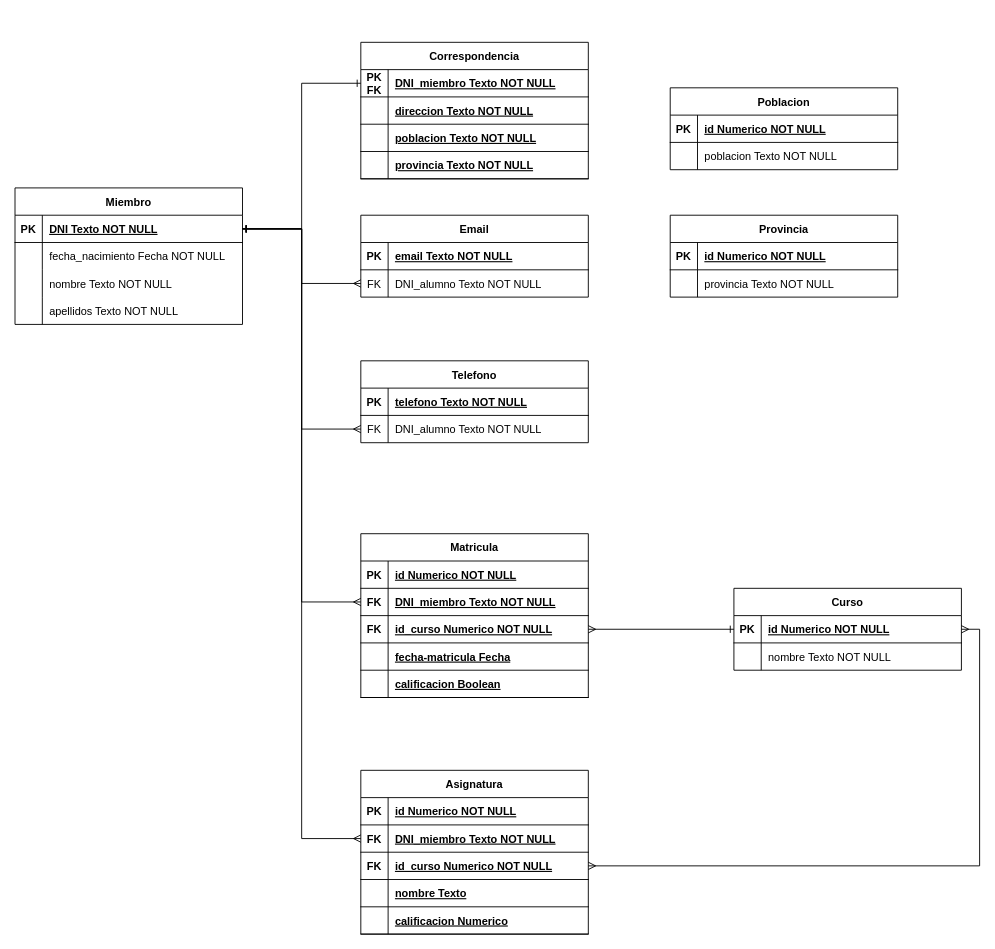
This is 04-MODELADO-DE-DATOS-INTRODUCCION-SQL/clase1/Academia.drawio from codesthenos/KeepCoding-Bootcamp-WEB17-Apuntes, a draw.io file, before an edit. Source tidied: cells renumbered, new cells numbered last; positions are measured from the earlier drawing's top-left corner, leaving out a move shared by most shapes. Both pictures are drawn from the tidied source at 91%, with x=0, y=0 at pixel (15, 42).
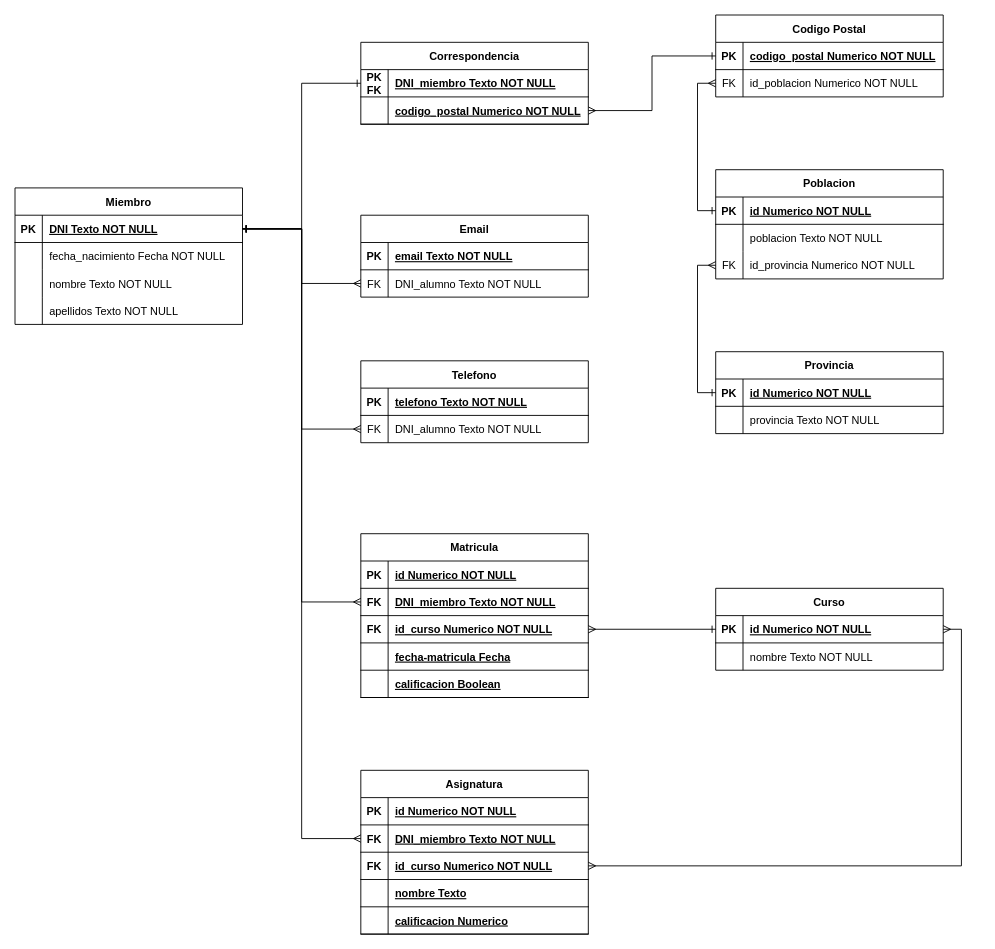
Above is the later version.

Commit message (it also covers changes not shown here):
Guardo cambios en el .drawio

Unchanged cells that the change refers to:
```xml
<mxCell id="79" style="shape=partialRectangle;fillColor=none;points=[[0,0.5],[1,0.5]];portConstraint=eastwest;top=0;left=0;right=0;bottom=1;" parent="75" vertex="1">
  <mxGeometry y="60" width="250" height="30" as="geometry" />
</mxCell>
<mxCell id="90" style="shape=partialRectangle;fillColor=none;points=[[0,0.5],[1,0.5]];portConstraint=eastwest;top=0;left=0;right=0;bottom=1;" parent="89" vertex="1">
  <mxGeometry y="30" width="250" height="30" as="geometry" />
</mxCell>
<mxCell id="97" style="shape=partialRectangle;fillColor=none;points=[[0,0.5],[1,0.5]];portConstraint=eastwest;top=0;left=0;right=0;bottom=1;" parent="96" vertex="1">
  <mxGeometry y="30" width="250" height="30" as="geometry" />
</mxCell>
```

What changed in the source:
```diff
@@
     <mxCell id="18" value="Curso" style="shape=table;startSize=30;childLayout=tableLayout;rowLines=0;fontStyle=1;align=center;" parent="1" vertex="1">
-      <mxGeometry x="790" y="600" width="250" height="90" as="geometry" />
+      <mxGeometry x="770" y="600" width="250" height="90" as="geometry" />
     </mxCell>
@@
     <mxCell id="75" value="Correspondencia" style="shape=table;startSize=30;childLayout=tableLayout;rowLines=0;fontStyle=1;align=center;" parent="1" vertex="1">
-      <mxGeometry x="380" width="250" height="150" as="geometry" />
+      <mxGeometry x="380" width="250" height="90" as="geometry" />
     </mxCell>
@@
-    <mxCell id="81" value="direccion Texto NOT NULL" style="shape=partialRectangle;overflow=hidden;fillColor=none;top=0;left=0;bottom=0;right=0;align=left;spacingLeft=6;fontStyle=5;" parent="79" vertex="1">
+    <mxCell id="81" value="codigo_postal Numerico NOT NULL" style="shape=partialRectangle;overflow=hidden;fillColor=none;top=0;left=0;bottom=0;right=0;align=left;spacingLeft=6;fontStyle=5;" parent="79" vertex="1">
       <mxGeometry x="30" width="220" height="30" as="geometry" />
     </mxCell>
-    <mxCell id="82" style="shape=partialRectangle;fillColor=none;top=0;left=0;right=0;bottom=1;" parent="75" vertex="1">
-      <mxGeometry y="90" width="250" height="30" as="geometry" />
-    </mxCell>
-    <mxCell id="83" style="shape=partialRectangle;overflow=hidden;fillColor=none;top=0;left=0;bottom=0;right=0;fontStyle=1;" parent="82" vertex="1">
-      <mxGeometry width="30" height="30" as="geometry" />
-    </mxCell>
-    <mxCell id="84" value="poblacion Texto NOT NULL" style="shape=partialRectangle;overflow=hidden;fillColor=none;top=0;left=0;bottom=0;right=0;align=left;spacingLeft=6;fontStyle=5;" parent="82" vertex="1">
-      <mxGeometry x="30" width="220" height="30" as="geometry" />
-    </mxCell>
-    <mxCell id="85" style="shape=partialRectangle;fillColor=none;top=0;left=0;right=0;bottom=1;" parent="75" vertex="1">
-      <mxGeometry y="120" width="250" height="30" as="geometry" />
-    </mxCell>
-    <mxCell id="86" style="shape=partialRectangle;overflow=hidden;fillColor=none;top=0;left=0;bottom=0;right=0;fontStyle=1;" parent="85" vertex="1">
-      <mxGeometry width="30" height="30" as="geometry" />
-    </mxCell>
-    <mxCell id="87" value="provincia Texto NOT NULL" style="shape=partialRectangle;overflow=hidden;fillColor=none;top=0;left=0;bottom=0;right=0;align=left;spacingLeft=6;fontStyle=5;" parent="85" vertex="1">
-      <mxGeometry x="30" width="220" height="30" as="geometry" />
-    </mxCell>
@@
     <mxCell id="89" value="Provincia" style="shape=table;startSize=30;childLayout=tableLayout;rowLines=0;fontStyle=1;align=center;" parent="1" vertex="1">
-      <mxGeometry x="720" y="190" width="250" height="90" as="geometry" />
+      <mxGeometry x="770" y="340" width="250" height="90" as="geometry" />
     </mxCell>
@@
     <mxCell id="96" value="Poblacion" style="shape=table;startSize=30;childLayout=tableLayout;rowLines=0;fontStyle=1;align=center;" parent="1" vertex="1">
-      <mxGeometry x="720" y="50" width="250" height="90" as="geometry" />
+      <mxGeometry x="770" y="140" width="250" height="120" as="geometry" />
     </mxCell>
@@
+    <mxCell id="103" style="shape=partialRectangle;fillColor=none;points=[[0,0.5],[1,0.5]];portConstraint=eastwest;top=0;left=0;right=0;bottom=0;" parent="96" vertex="1">
+      <mxGeometry y="90" width="250" height="30" as="geometry" />
+    </mxCell>
+    <mxCell id="104" value="FK" style="shape=partialRectangle;overflow=hidden;fillColor=none;top=0;left=0;bottom=0;right=0;" parent="103" vertex="1">
+      <mxGeometry width="30" height="30" as="geometry" />
+    </mxCell>
+    <mxCell id="105" value="id_provincia Numerico NOT NULL" style="shape=partialRectangle;overflow=hidden;fillColor=none;top=0;left=0;bottom=0;right=0;align=left;spacingLeft=6;" parent="103" vertex="1">
+      <mxGeometry x="30" width="220" height="30" as="geometry" />
+    </mxCell>
+    <mxCell id="106" value="Codigo Postal" style="shape=table;startSize=30;childLayout=tableLayout;rowLines=0;fontStyle=1;align=center;" parent="1" vertex="1">
+      <mxGeometry x="770" y="-30" width="250" height="90" as="geometry" />
+    </mxCell>
+    <mxCell id="107" style="shape=partialRectangle;fillColor=none;points=[[0,0.5],[1,0.5]];portConstraint=eastwest;top=0;left=0;right=0;bottom=1;" parent="106" vertex="1">
+      <mxGeometry y="30" width="250" height="30" as="geometry" />
+    </mxCell>
+    <mxCell id="108" value="PK" style="shape=partialRectangle;overflow=hidden;fillColor=none;top=0;left=0;bottom=0;right=0;fontStyle=1;" parent="107" vertex="1">
+      <mxGeometry width="30" height="30" as="geometry" />
+    </mxCell>
+    <mxCell id="109" value="codigo_postal Numerico NOT NULL " style="shape=partialRectangle;overflow=hidden;fillColor=none;top=0;left=0;bottom=0;right=0;align=left;spacingLeft=6;fontStyle=5;" parent="107" vertex="1">
+      <mxGeometry x="30" width="220" height="30" as="geometry" />
+    </mxCell>
+    <mxCell id="110" style="shape=partialRectangle;fillColor=none;points=[[0,0.5],[1,0.5]];portConstraint=eastwest;top=0;left=0;right=0;bottom=0;" parent="106" vertex="1">
+      <mxGeometry y="60" width="250" height="30" as="geometry" />
+    </mxCell>
+    <mxCell id="111" value="FK" style="shape=partialRectangle;overflow=hidden;fillColor=none;top=0;left=0;bottom=0;right=0;" parent="110" vertex="1">
+      <mxGeometry width="30" height="30" as="geometry" />
+    </mxCell>
+    <mxCell id="112" value="id_poblacion Numerico NOT NULL" style="shape=partialRectangle;overflow=hidden;fillColor=none;top=0;left=0;bottom=0;right=0;align=left;spacingLeft=6;" parent="110" vertex="1">
+      <mxGeometry x="30" width="220" height="30" as="geometry" />
+    </mxCell>
+    <mxCell id="113" style="edgeStyle=orthogonalEdgeStyle;rounded=0;jettySize=auto;html=1;exitX=0;exitY=0.5;exitDx=0;exitDy=0;entryX=1;entryY=0.5;entryDx=0;entryDy=0;startArrow=ERone;startFill=0;endArrow=ERmany;endFill=0;" parent="1" edge="1" source="107" target="79">
+      <mxGeometry relative="1" as="geometry" />
+    </mxCell>
+    <mxCell id="114" style="edgeStyle=orthogonalEdgeStyle;rounded=0;jettySize=auto;html=1;exitX=0;exitY=0.5;exitDx=0;exitDy=0;entryX=0;entryY=0.5;entryDx=0;entryDy=0;startArrow=ERmany;startFill=0;endArrow=ERone;endFill=0;" parent="1" edge="1" source="110" target="97">
+      <mxGeometry relative="1" as="geometry" />
+    </mxCell>
+    <mxCell id="115" style="edgeStyle=orthogonalEdgeStyle;rounded=0;jettySize=auto;html=1;exitX=0;exitY=0.5;exitDx=0;exitDy=0;entryX=0;entryY=0.5;entryDx=0;entryDy=0;startArrow=ERmany;startFill=0;endArrow=ERone;endFill=0;" parent="1" edge="1" source="103" target="90">
+      <mxGeometry relative="1" as="geometry" />
+    </mxCell>
```
